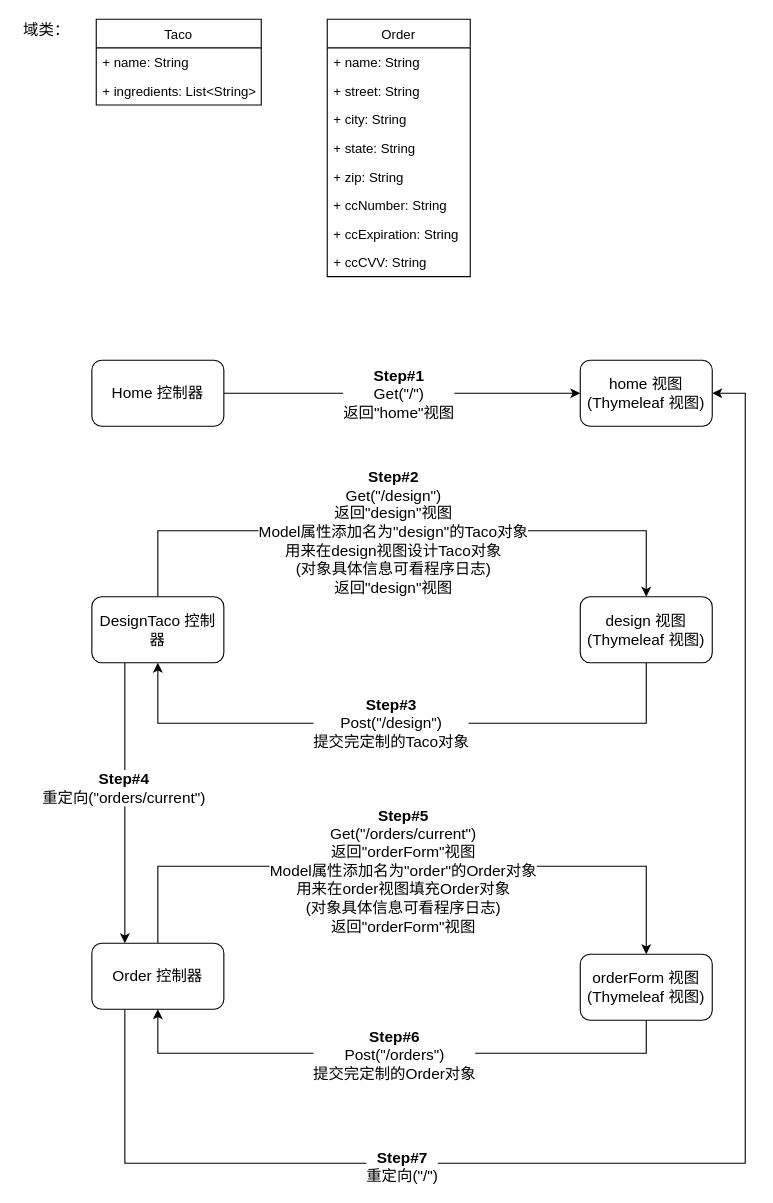
Before: flow_chart.drawio in LilithCoder/taco-cloud, a draw.io diagram. Source tidied: cells renumbered, new cells numbered last; positions are measured from the earlier drawing's top-left corner, leaving out a move shared by most shapes. Both pictures are drawn from the tidied source at 110%, with x=0, y=0 at pixel (19, 19).
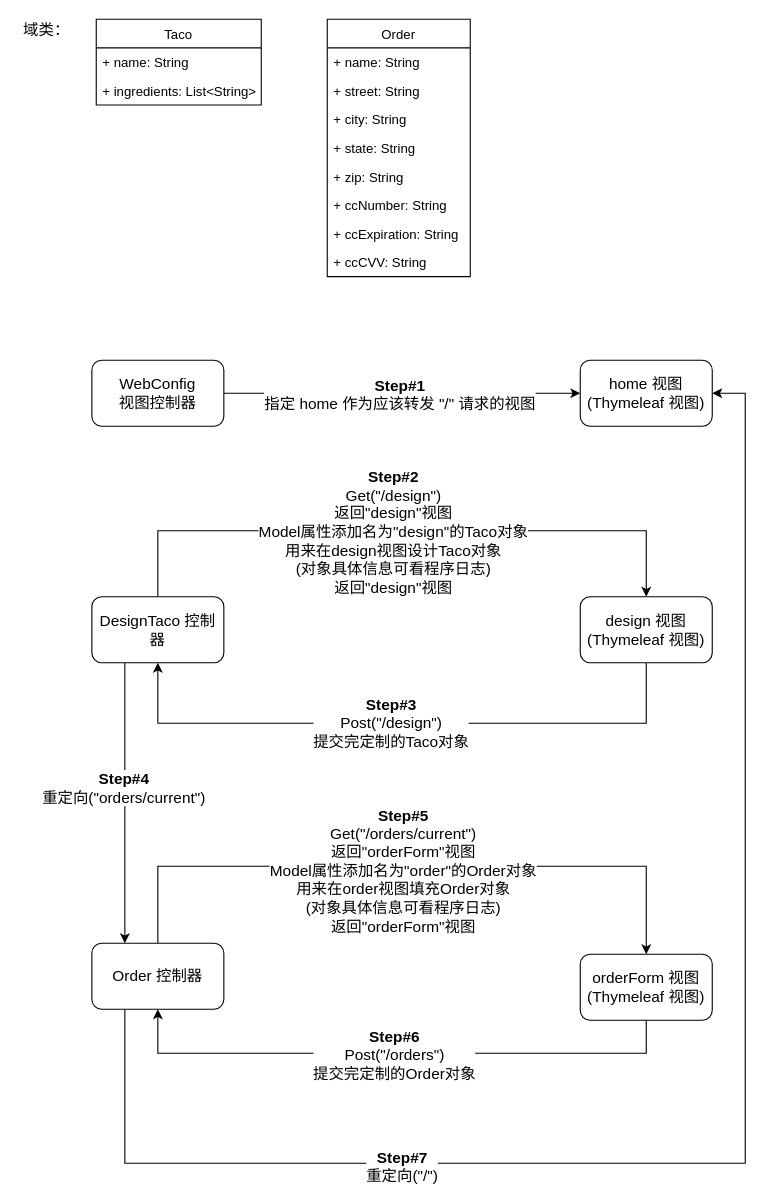
Above is the later version.

Commit message (it also covers changes not shown here):
添加视图控制器以及阶段性总结

The change refers to these unchanged cells:
```xml
<mxCell id="15" style="edgeStyle=orthogonalEdgeStyle;rounded=0;jettySize=auto;html=1;exitX=1;exitY=0.5;exitDx=0;exitDy=0;entryX=0;entryY=0.5;entryDx=0;entryDy=0;" parent="1" edge="1" source="17" target="18">
  <mxGeometry relative="1" as="geometry" />
</mxCell>
```

Diff of the diagram source:
```diff
@@
-    <mxCell id="16" value="&lt;font style=&quot;font-size: 14px&quot;&gt;&lt;b&gt;Step#1&lt;/b&gt;&lt;br&gt;Get(&quot;/&quot;)&lt;br&gt;返回&quot;home&quot;视图&lt;/font&gt;" style="edgeLabel;html=1;align=center;verticalAlign=middle;" parent="15" vertex="1">
+    <mxCell id="16" value="&lt;font&gt;&lt;b style=&quot;font-size: 14px&quot;&gt;Step#1&lt;/b&gt;&lt;br&gt;&lt;span style=&quot;font-size: 14px&quot;&gt;指定 home 作为应该转发 &quot;/&quot; 请求的视图&lt;/span&gt;&lt;br&gt;&lt;/font&gt;" style="edgeLabel;html=1;align=center;verticalAlign=middle;" parent="15" vertex="1">
       <mxGeometry x="-0.02" y="-1" relative="1" as="geometry">
-        <mxPoint x="-1" y="-1" as="offset" />
+        <mxPoint y="-1" as="offset" />
       </mxGeometry>
     </mxCell>
-    <mxCell id="17" value="&lt;font style=&quot;font-size: 14px&quot;&gt;Home 控制器&lt;/font&gt;" style="rounded=1;whiteSpace=wrap;html=1;" parent="1" vertex="1">
+    <mxCell id="17" value="&lt;font style=&quot;font-size: 14px&quot;&gt;WebConfig&lt;br&gt;视图控制器&lt;/font&gt;" style="rounded=1;whiteSpace=wrap;html=1;" parent="1" vertex="1">
       <mxGeometry x="66" y="310" width="120" height="60" as="geometry" />
     </mxCell>
```
